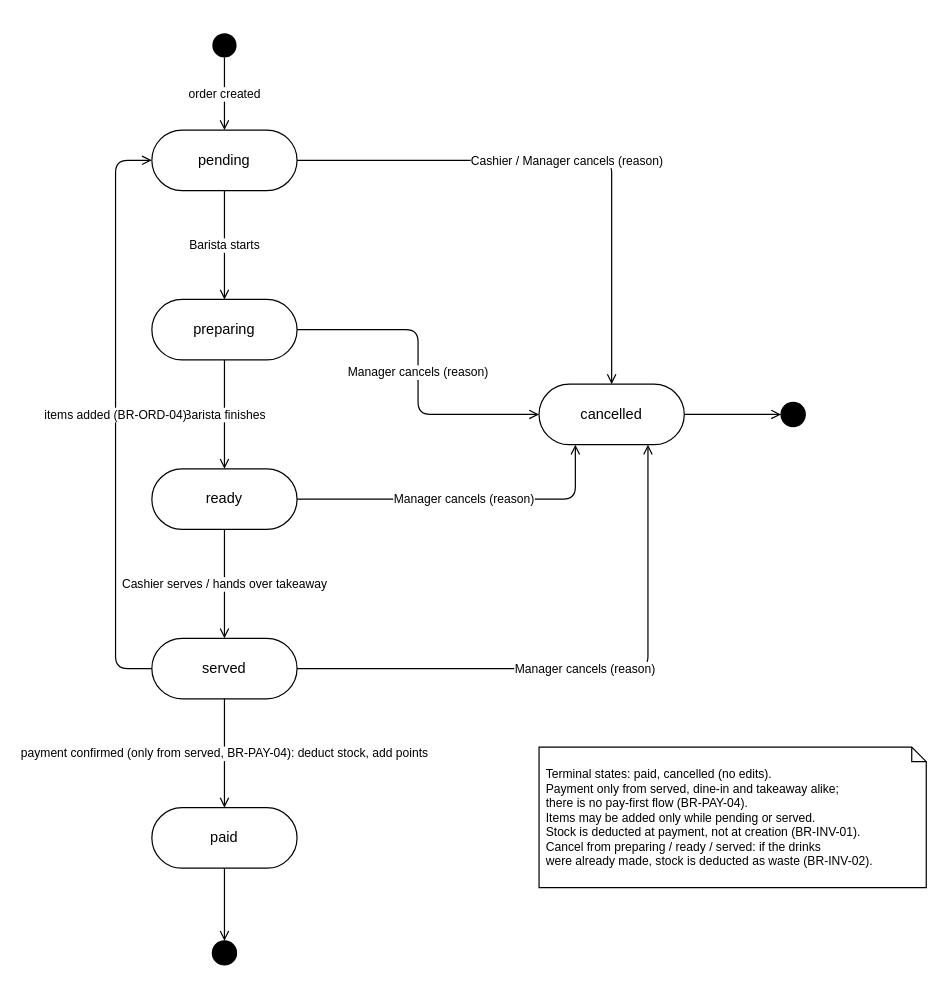
Before: docs/diagrams/order-state-machine.drawio in huytran303/CafeManagementSystem, a draw.io diagram. Source tidied: cells renumbered, new cells numbered last; positions are measured from the earlier drawing's top-left corner, leaving out a move shared by most shapes. Both pictures are drawn from the tidied source at 121%, with x=0, y=0 at pixel (115, 33).
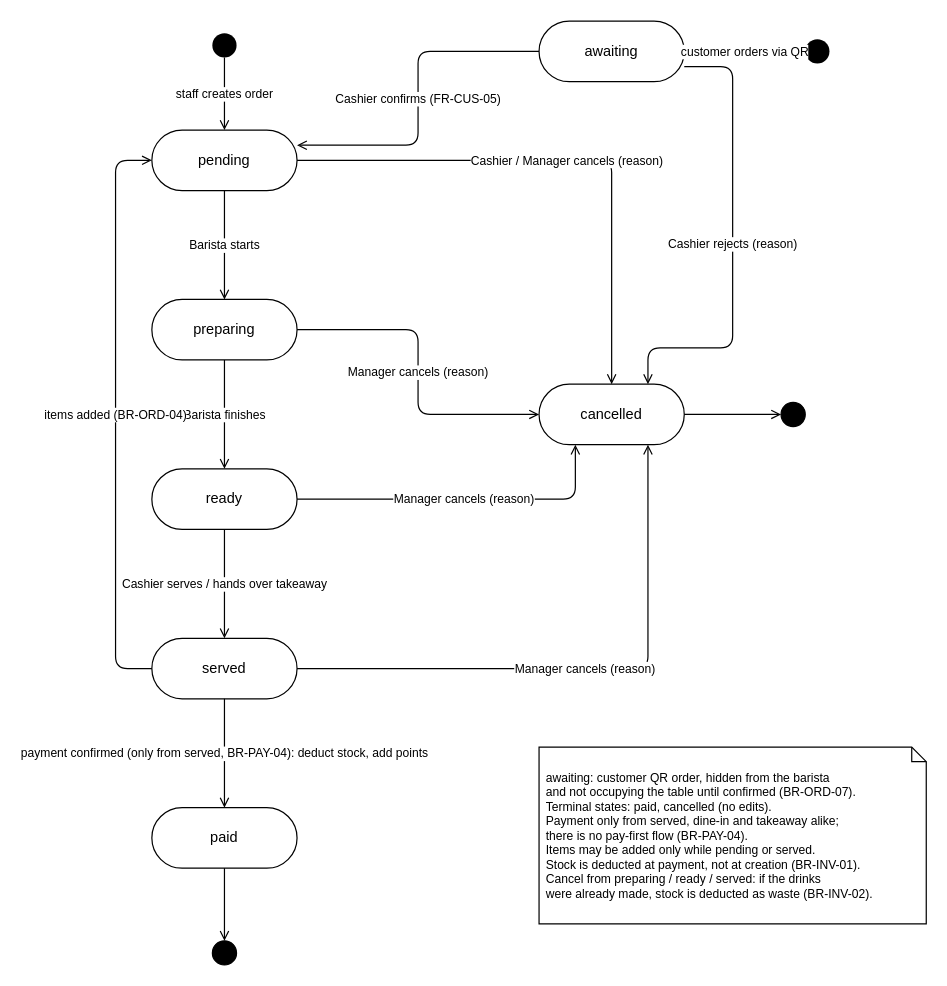
The same page after the edit.

Unchanged cells that the change refers to:
```xml
<mxCell id="2" style="ellipse;fillColor=#000000;strokeColor=none;" parent="1" vertex="1">
  <mxGeometry x="80" width="20" height="20" as="geometry" />
</mxCell>
<mxCell id="3" value="pending" style="rounded=1;arcSize=50;whiteSpace=wrap;html=1;strokeWidth=1;fillColor=#ffffff;fontSize=12;" parent="1" vertex="1">
  <mxGeometry x="30" y="80" width="120" height="50" as="geometry" />
</mxCell>
<mxCell id="9" value="cancelled" style="rounded=1;arcSize=50;whiteSpace=wrap;html=1;strokeWidth=1;fillColor=#ffffff;fontSize=12;" parent="1" vertex="1">
  <mxGeometry x="350" y="290" width="120" height="50" as="geometry" />
</mxCell>
```

Change to the diagram source:
```diff
@@
-    <mxCell id="11" value="order created" style="edgeStyle=orthogonalEdgeStyle;rounded=1;html=1;strokeWidth=1;endArrow=open;endFill=0;fontSize=10;labelBackgroundColor=#ffffff;" parent="1" edge="1" source="2" target="3">
+    <mxCell id="11" value="staff creates order" style="edgeStyle=orthogonalEdgeStyle;rounded=1;html=1;strokeWidth=1;endArrow=open;endFill=0;fontSize=10;labelBackgroundColor=#ffffff;" parent="1" edge="1" source="2" target="3">
       <mxGeometry relative="1" as="geometry" />
     </mxCell>
@@
-    <mxCell id="21" value="Terminal states: paid, cancelled (no edits).&lt;br&gt;Payment only from served, dine-in and takeaway alike;&lt;br&gt;there is no pay-first flow (BR-PAY-04).&lt;br&gt;Items may be added only while pending or served.&lt;br&gt;Stock is deducted at payment, not at creation (BR-INV-01).&lt;br&gt;Cancel from preparing / ready / served: if the drinks&lt;br&gt;were already made, stock is deducted as waste (BR-INV-02)." style="shape=note;size=12;whiteSpace=wrap;html=1;strokeWidth=1;fillColor=#ffffff;fontSize=10;align=left;spacing=6;" parent="1" vertex="1">
-      <mxGeometry x="350" y="590" width="320" height="116" as="geometry" />
+    <mxCell id="21" value="awaiting: customer QR order, hidden from the barista&lt;br&gt;and not occupying the table until confirmed (BR-ORD-07).&lt;br&gt;Terminal states: paid, cancelled (no edits).&lt;br&gt;Payment only from served, dine-in and takeaway alike;&lt;br&gt;there is no pay-first flow (BR-PAY-04).&lt;br&gt;Items may be added only while pending or served.&lt;br&gt;Stock is deducted at payment, not at creation (BR-INV-01).&lt;br&gt;Cancel from preparing / ready / served: if the drinks&lt;br&gt;were already made, stock is deducted as waste (BR-INV-02)." style="shape=note;size=12;whiteSpace=wrap;html=1;strokeWidth=1;fillColor=#ffffff;fontSize=10;align=left;spacing=6;" parent="1" vertex="1">
+      <mxGeometry x="350" y="590" width="320" height="146" as="geometry" />
     </mxCell>
@@
+    <mxCell id="24" style="ellipse;fillColor=#000000;strokeColor=none;" parent="1" vertex="1">
+      <mxGeometry x="570" y="5" width="20" height="20" as="geometry" />
+    </mxCell>
+    <mxCell id="25" value="awaiting" style="rounded=1;arcSize=50;whiteSpace=wrap;html=1;strokeWidth=1;fillColor=#ffffff;fontSize=12;" parent="1" vertex="1">
+      <mxGeometry x="350" y="-10" width="120" height="50" as="geometry" />
+    </mxCell>
+    <mxCell id="26" value="customer orders via QR" style="edgeStyle=orthogonalEdgeStyle;rounded=1;html=1;strokeWidth=1;endArrow=open;endFill=0;fontSize=10;labelBackgroundColor=#ffffff;" parent="1" edge="1" source="24" target="25">
+      <mxGeometry relative="1" as="geometry" />
+    </mxCell>
+    <mxCell id="27" value="Cashier confirms (FR-CUS-05)" style="edgeStyle=orthogonalEdgeStyle;rounded=1;html=1;strokeWidth=1;endArrow=open;endFill=0;fontSize=10;labelBackgroundColor=#ffffff;exitX=0;exitY=0.5;exitDx=0;exitDy=0;entryX=1;entryY=0.25;entryDx=0;entryDy=0;" parent="1" edge="1" source="25" target="3">
+      <mxGeometry relative="1" as="geometry">
+        <Array as="points">
+          <mxPoint x="250" y="15" />
+          <mxPoint x="250" y="92" />
+        </Array>
+      </mxGeometry>
+    </mxCell>
+    <mxCell id="28" value="Cashier rejects (reason)" style="edgeStyle=orthogonalEdgeStyle;rounded=1;html=1;strokeWidth=1;endArrow=open;endFill=0;fontSize=10;labelBackgroundColor=#ffffff;exitX=1;exitY=0.75;exitDx=0;exitDy=0;entryX=0.75;entryY=0;entryDx=0;entryDy=0;" parent="1" edge="1" source="25" target="9">
+      <mxGeometry relative="1" as="geometry">
+        <Array as="points">
+          <mxPoint x="510" y="28" />
+          <mxPoint x="510" y="260" />
+          <mxPoint x="440" y="260" />
+        </Array>
+      </mxGeometry>
+    </mxCell>
```
